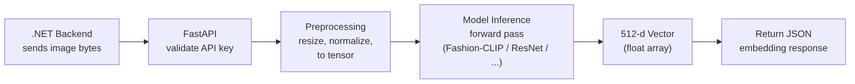
Earlier version of the Mermaid export thesis/figures/chapters/part2/ch2-design/04-implementation/diagrams/P2S2.2.4_ml-pipeline.png (qingfa-dev/ReSys.Shop). Its source is kept beside it as thesis/figures/chapters/part2/ch2-design/04-implementation/diagrams/P2S2.2.4_ml-pipeline.mmd. Source of this version:
```mermaid
flowchart LR
    A[".NET Backend\nsends image bytes"] --> B["FastAPI\nvalidate API key"]
    B --> C["Preprocessing\nresize, normalize,\nto tensor"]
    C --> D["Model Inference\nforward pass\n(Fashion-CLIP / ResNet / ...)"]
    D --> E["512-d Vector\n(float array)"]
    E --> F["Return JSON\nembedding response"]
```
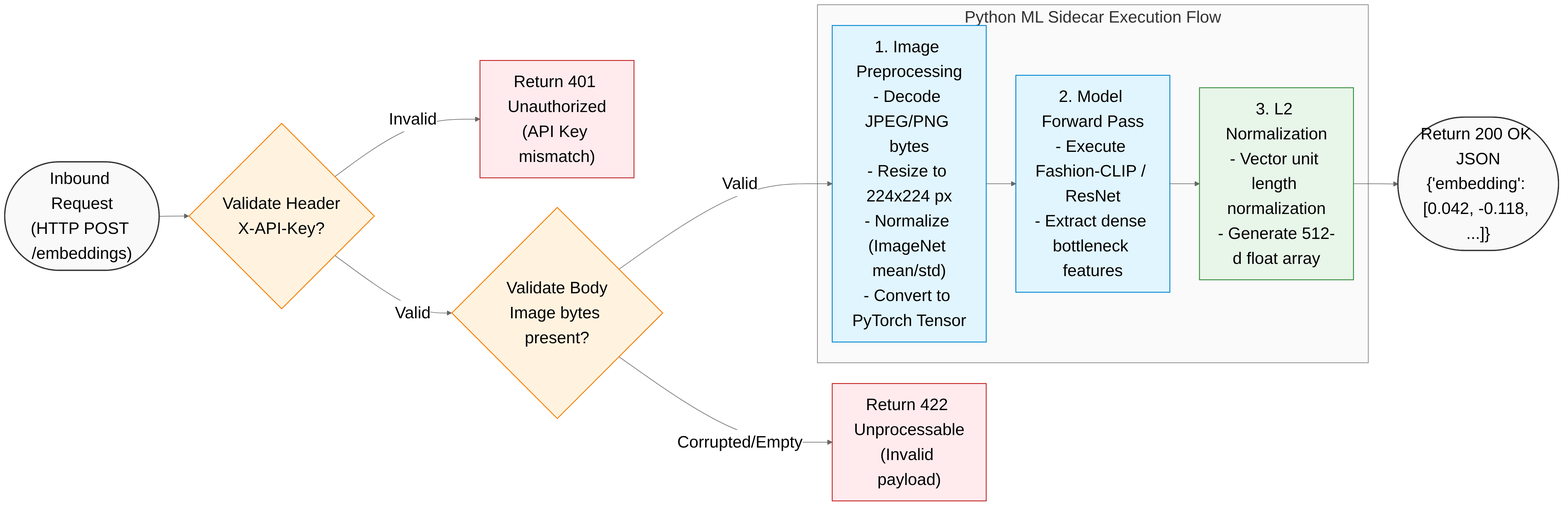
Later version of the same file.

The edit, as a diff of the source:
```diff
@@ -1,6 +1,34 @@
+%%{init: {
+  'theme': 'neutral',
+  'themeVariables': {
+    'fontSize': '28px',
+    'nodePadding': '18',
+    'clusterBkg': '#fafafa'
+  }
+}}%%
 flowchart LR
-    A[".NET Backend\nsends image bytes"] --> B["FastAPI\nvalidate API key"]
-    B --> C["Preprocessing\nresize, normalize,\nto tensor"]
-    C --> D["Model Inference\nforward pass\n(Fashion-CLIP / ResNet / ...)"]
-    D --> E["512-d Vector\n(float array)"]
-    E --> F["Return JSON\nembedding response"]
+    classDef boundary fill:#f9f9f9,stroke:#333,stroke-width:2px;
+    classDef process fill:#e1f5fe,stroke:#0288d1,stroke-width:1.5px;
+    classDef decision fill:#fff3e0,stroke:#f57c00,stroke-width:1.5px;
+    classDef error fill:#ffebee,stroke:#c62828,stroke-width:1.5px;
+    classDef data fill:#e8f5e9,stroke:#388e3c,stroke-width:1.5px;
+
+    Req(["Inbound Request\n(HTTP POST /embeddings)"]):::boundary --> KeyCheck{"Validate Header\nX-API-Key?"}:::decision
+
+    KeyCheck -- Invalid --> ErrAuth["Return 401 Unauthorized\n(API Key mismatch)"]:::error
+    KeyCheck -- Valid --> PayloadCheck{"Validate Body\nImage bytes present?"}:::decision
+
+    PayloadCheck -- Corrupted/Empty --> ErrBody["Return 422 Unprocessable\n(Invalid payload)"]:::error
+    PayloadCheck -- Valid --> PreProcess
+
+    subgraph Pipeline ["Python ML Sidecar Execution Flow"]
+        PreProcess["1. Image Preprocessing\n- Decode JPEG/PNG bytes\n- Resize to 224x224 px\n- Normalize (ImageNet mean/std)\n- Convert to PyTorch Tensor"]:::process
+
+        Infer["2. Model Forward Pass\n- Execute Fashion-CLIP / ResNet\n- Extract dense bottleneck features"]:::process
+
+        Norm["3. L2 Normalization\n- Vector unit length normalization\n- Generate 512-d float array"]:::data
+
+        PreProcess --> Infer --> Norm
+    end
+
+    Norm --> Resp(["Return 200 OK JSON\n{'embedding': [0.042, -0.118, ...]}"]):::boundary
```
